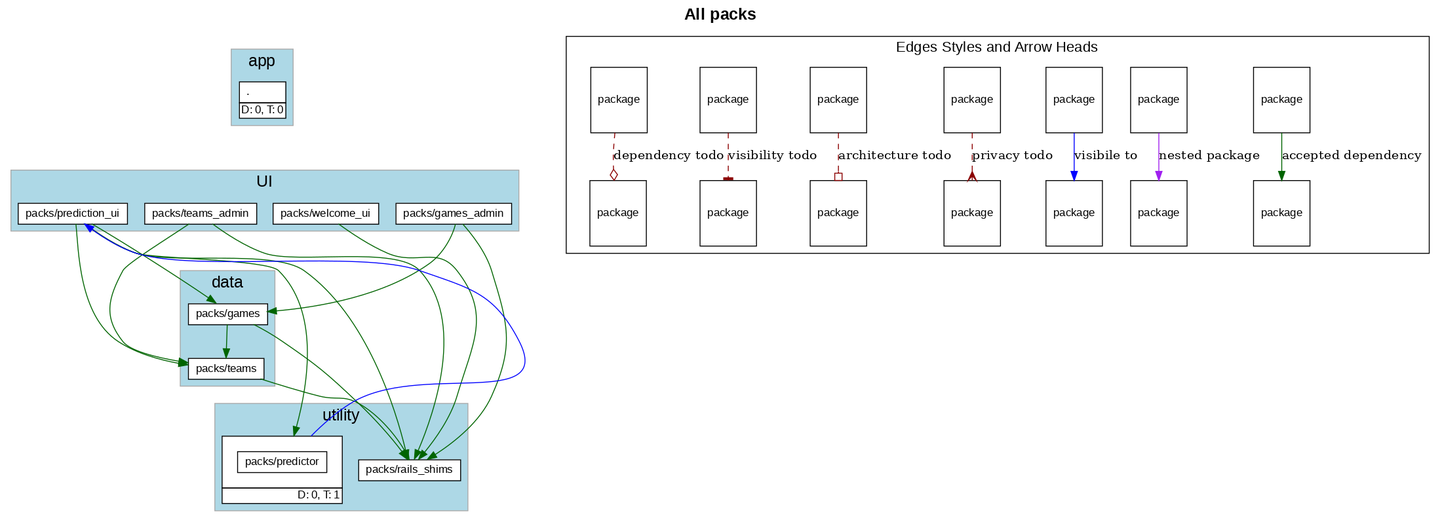
The Graphviz diagram c4s05/sportsball/c4s05_a_todos.png in shageman/package-based-rails-applications-book, before a commit. Its source is kept beside it as c4s05/sportsball/c4s05_a_todos.dot.
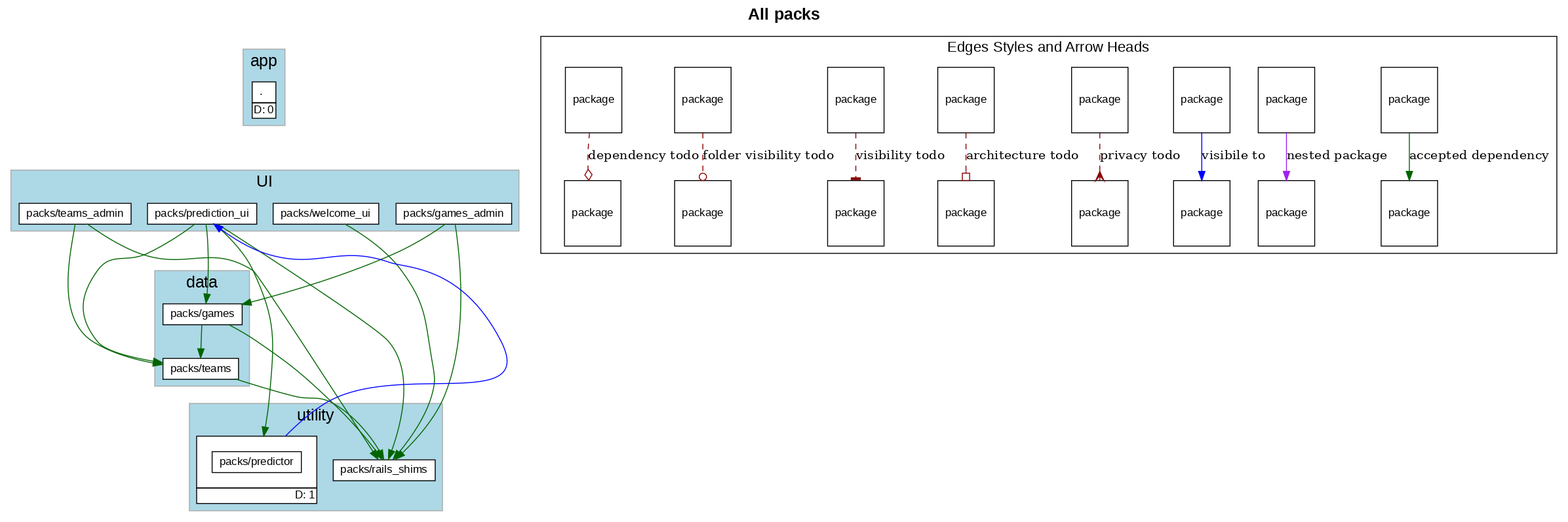
The same file after the commit.

What changed in the source:
```diff
@@ -5,7 +5,7 @@
     fontname="Helvetica,Arial,sans-serif"
     dpi=100
     layout=dot
-    label=<<b>All packs</b>>
+    label=<<b>All packs</b><br/>>
     fontsize=18
   ]
   node [
@@ -30,7 +30,7 @@
             label= <
                 <table border='0' cellborder='1' cellspacing='0' cellpadding='4'>
                   <tr> <td align='left'> . </td> </tr>
-                  <tr><td CELLPADDING='1' ALIGN='RIGHT'>D: 0, T: 0</td></tr>
+                  <tr><td CELLPADDING='1' ALIGN='RIGHT'>D: 0</td></tr>
                 </table>
               >
           ]
@@ -133,7 +133,7 @@
                     <tr> <td port='private'> packs/predictor </td> </tr>
                   </table>
                   </td></tr>
-                  <tr><td CELLPADDING='1' ALIGN='RIGHT'>D: 0, T: 1</td></tr>
+                  <tr><td CELLPADDING='1' ALIGN='RIGHT'>D: 1</td></tr>
                   </table>
               >
           ]
@@ -178,12 +178,12 @@
       A [ fontsize=12 shape=box label="package"]
       B [ fontsize=12 shape=box label="package"]
       A -> B [label="accepted dependency" color=darkgreen]
-      K [ fontsize=12 shape=box label="package"]
-      L [ fontsize=12 shape=box label="package"]
-      K -> L [label="nested package" color=purple]
       M [ fontsize=12 shape=box label="package"]
       N [ fontsize=12 shape=box label="package"]
-      M -> N [label="visibile to" color=blue]
+      M -> N [label="nested package" color=purple]
+      O [ fontsize=12 shape=box label="package"]
+      P [ fontsize=12 shape=box label="package"]
+      O -> P [label="visibile to" color=blue]
       C [ fontsize=12 shape=box label="package"]
       D [ fontsize=12 shape=box label="package"]
       C -> D [label="privacy todo" color=darkred style=dashed arrowhead=crow]
@@ -195,7 +195,10 @@
       G -> H [label="visibility todo" color=darkred style=dashed arrowhead=tee]
       I [ fontsize=12 shape=box label="package"]
       J [ fontsize=12 shape=box label="package"]
-      I -> J [label="dependency todo" color=darkred style=dashed arrowhead=odiamond]
+      I -> J [label="folder visibility todo" color=darkred style=dashed arrowhead=odot]
+      K [ fontsize=12 shape=box label="package"]
+      L [ fontsize=12 shape=box label="package"]
+      K -> L [label="dependency todo" color=darkred style=dashed arrowhead=odiamond]
       LEGEND_NODE_1 [ label="" peripheries=0 height=0 width=0 style=invis ]
       LEGEND_NODE_2 [ label="" peripheries=0 height=0 width=0 style=invis ]
       LEGEND_NODE_1 -> LEGEND_NODE_2 [ style=invis ]
```
